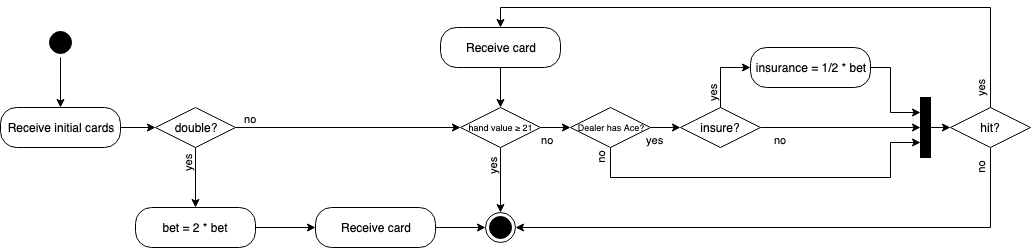
This is documentation/diagrams/decisions_activity.png from danielmeint/xml, a draw.io export, as it was before one commit. Source tidied: cells renumbered, new cells last; positions are measured from the earlier drawing's top-left corner, leaving out a move shared by most shapes.
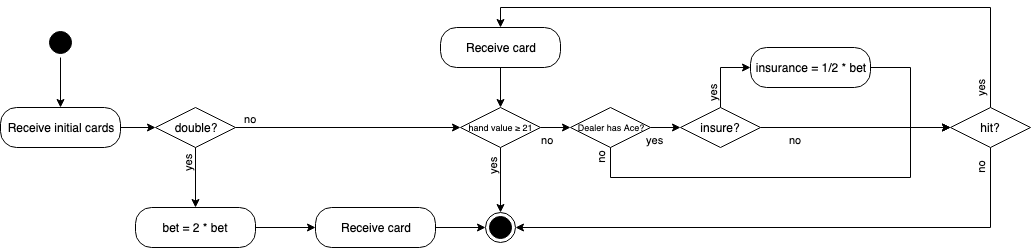
Above is the later version.

Commit message:
change activity diagram

Change to the diagram source:
```diff
@@ -50,19 +50,16 @@
     <mxCell id="17" value="yes" style="edgeStyle=orthogonalEdgeStyle;rounded=0;jettySize=auto;html=1;exitX=0.5;exitY=0;exitDx=0;exitDy=0;entryX=0;entryY=0.5;entryDx=0;entryDy=0;align=right;horizontal=0;verticalAlign=bottom;spacingBottom=-15;" parent="1" edge="1" source="19" target="21">
       <mxGeometry relative="1" as="geometry" />
     </mxCell>
-    <mxCell id="18" value="no" style="edgeStyle=orthogonalEdgeStyle;rounded=0;jettySize=auto;html=1;exitX=1;exitY=0.5;exitDx=0;exitDy=0;entryX=0;entryY=0.5;entryDx=0;entryDy=0;strokeWidth=1;verticalAlign=top;spacingRight=120;" parent="1" edge="1" source="19" target="34">
-      <mxGeometry relative="1" as="geometry" />
+    <mxCell id="18" value="no" style="edgeStyle=orthogonalEdgeStyle;rounded=0;jettySize=auto;html=1;exitX=1;exitY=0.5;exitDx=0;exitDy=0;strokeWidth=1;verticalAlign=top;spacingRight=120;" parent="1" edge="1" source="19">
+      <mxGeometry relative="1" as="geometry">
+        <mxPoint x="950" y="100" as="targetPoint" />
+      </mxGeometry>
     </mxCell>
     <mxCell id="19" value="insure?" style="rhombus;whiteSpace=wrap;html=1;" parent="1" vertex="1">
       <mxGeometry x="680" y="80" width="80" height="40" as="geometry" />
     </mxCell>
-    <mxCell id="20" style="edgeStyle=orthogonalEdgeStyle;rounded=0;jettySize=auto;html=1;exitX=1;exitY=0.5;exitDx=0;exitDy=0;entryX=0;entryY=0.25;entryDx=0;entryDy=0;strokeWidth=1;" parent="1" edge="1" source="21" target="34">
-      <mxGeometry relative="1" as="geometry">
-        <Array as="points">
-          <mxPoint x="890" y="40" />
-          <mxPoint x="890" y="85" />
-        </Array>
-      </mxGeometry>
+    <mxCell id="20" style="edgeStyle=orthogonalEdgeStyle;rounded=0;jettySize=auto;html=1;exitX=1;exitY=0.5;exitDx=0;exitDy=0;entryX=0;entryY=0.5;entryDx=0;entryDy=0;" parent="1" edge="1" source="21" target="12">
+      <mxGeometry relative="1" as="geometry" />
     </mxCell>
     <mxCell id="21" value="insurance = 1/2 * bet" style="rounded=1;whiteSpace=wrap;html=1;arcSize=40;" parent="1" vertex="1">
       <mxGeometry x="750" y="20" width="120" height="40" as="geometry" />
@@ -94,23 +91,18 @@
     <mxCell id="30" value="no" style="text;html=1;strokeColor=none;fillColor=none;align=center;verticalAlign=middle;whiteSpace=wrap;rounded=0;fontSize=11;rotation=-90;" parent="1" vertex="1">
       <mxGeometry x="960" y="130" width="40" height="20" as="geometry" />
     </mxCell>
-    <mxCell id="31" style="edgeStyle=orthogonalEdgeStyle;rounded=0;jettySize=auto;html=1;exitX=0.75;exitY=1;exitDx=0;exitDy=0;entryX=0;entryY=0.75;entryDx=0;entryDy=0;strokeWidth=1;" parent="1" edge="1" source="32" target="34">
+    <mxCell id="31" style="edgeStyle=orthogonalEdgeStyle;rounded=0;jettySize=auto;html=1;exitX=0.75;exitY=1;exitDx=0;exitDy=0;strokeWidth=1;" parent="1" edge="1" source="32">
       <mxGeometry relative="1" as="geometry">
+        <mxPoint x="950" y="100" as="targetPoint" />
         <Array as="points">
           <mxPoint x="610" y="150" />
-          <mxPoint x="890" y="150" />
-          <mxPoint x="890" y="115" />
+          <mxPoint x="910" y="150" />
+          <mxPoint x="910" y="100" />
         </Array>
       </mxGeometry>
     </mxCell>
     <mxCell id="32" value="no" style="text;html=1;strokeColor=none;fillColor=none;align=center;verticalAlign=middle;whiteSpace=wrap;rounded=0;fontSize=11;rotation=-90;" parent="1" vertex="1">
       <mxGeometry x="580" y="120" width="40" height="20" as="geometry" />
     </mxCell>
-    <mxCell id="33" style="edgeStyle=orthogonalEdgeStyle;rounded=0;jettySize=auto;html=1;exitX=1;exitY=0.5;exitDx=0;exitDy=0;entryX=0;entryY=0.5;entryDx=0;entryDy=0;strokeWidth=1;" parent="1" edge="1" source="34" target="12">
-      <mxGeometry relative="1" as="geometry" />
-    </mxCell>
-    <mxCell id="34" style="rounded=0;whiteSpace=wrap;html=1;fillColor=#000000;" parent="1" vertex="1">
-      <mxGeometry x="920" y="70" width="10" height="60" as="geometry" />
-    </mxCell>
   </root>
 </mxGraphModel>
```
